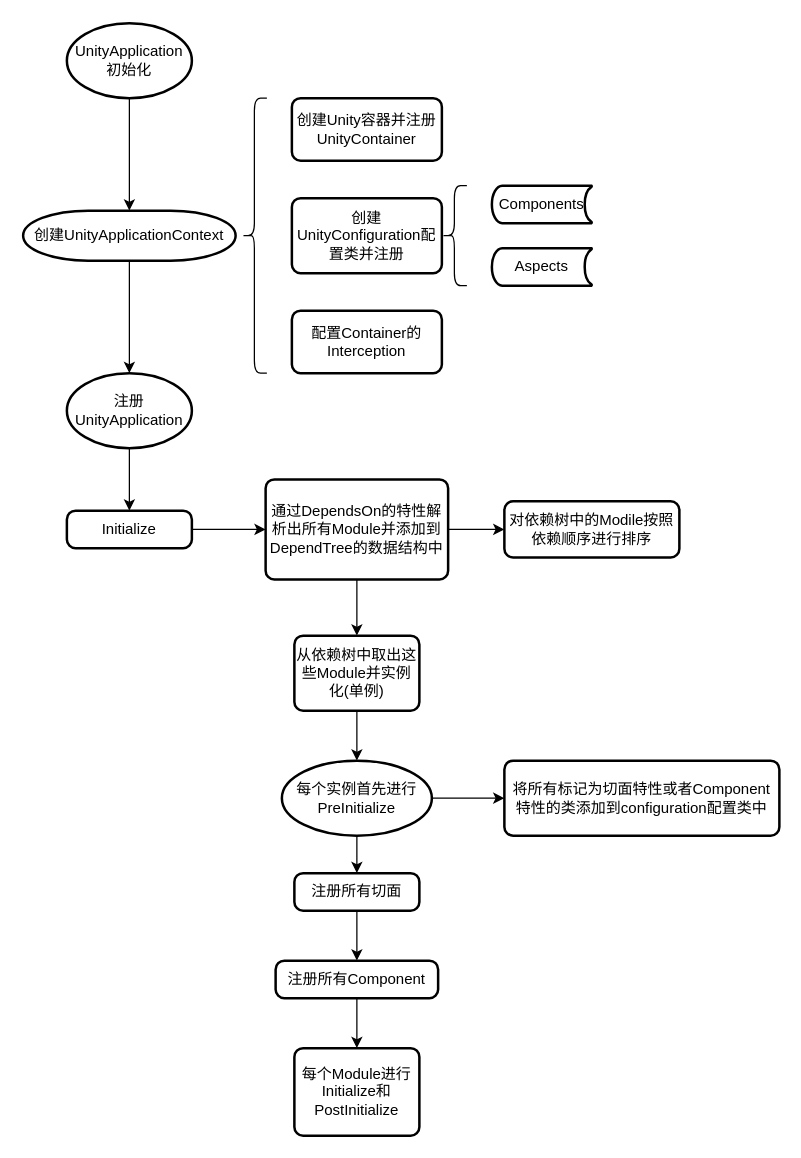
Above: Document/Unity.drawio in JSYY/MyStudy (draw.io), before the change. Source tidied: cells renumbered, new cells numbered last; positions are measured from the earlier drawing's top-left corner, leaving out a move shared by most shapes. Both pictures are drawn from the tidied source at 125%, with x=0, y=0 at pixel (22, 22).
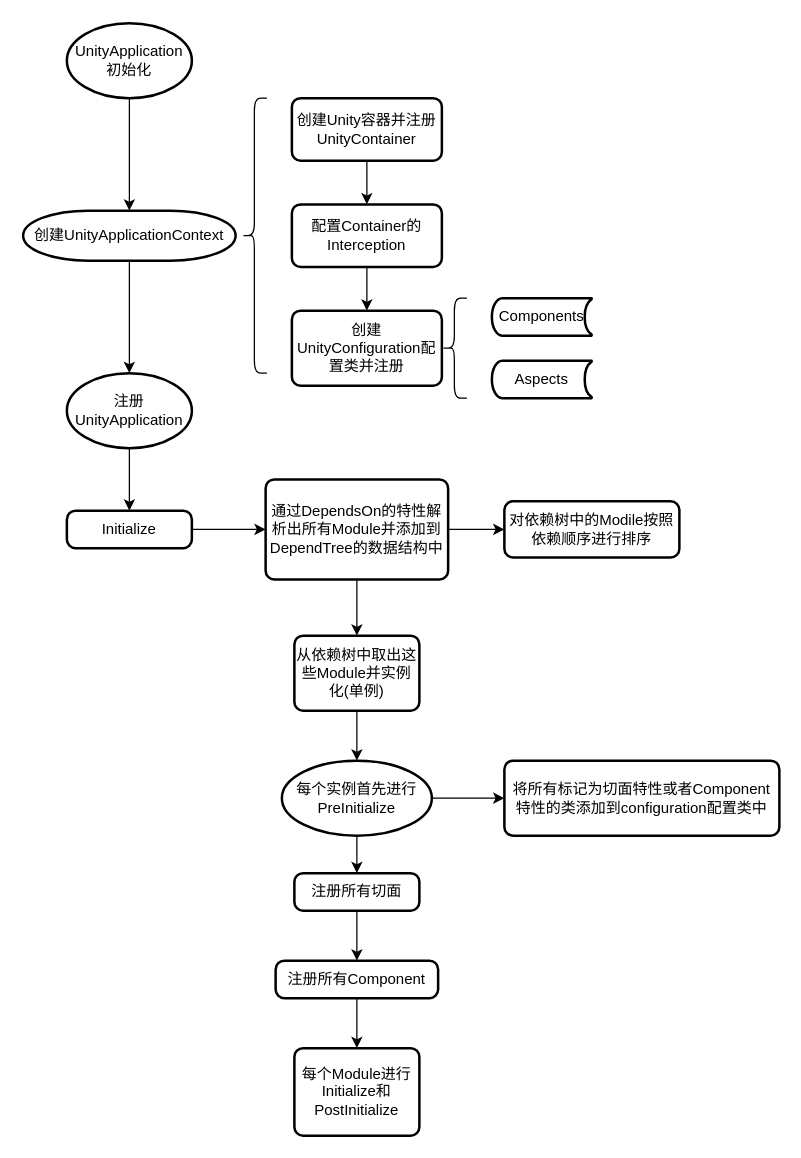
After the change.

Unchanged cells that the change refers to:
```xml
<mxCell id="6" value="创建Unity容器并注册UnityContainer" style="rounded=1;whiteSpace=wrap;html=1;absoluteArcSize=1;arcSize=14;strokeWidth=2;" parent="1" vertex="1">
  <mxGeometry x="215" y="60" width="120" height="50" as="geometry" />
</mxCell>
```

The edit, as a diff of the source:
```diff
@@
+    <mxCell id="32" style="edgeStyle=orthogonalEdgeStyle;rounded=0;jettySize=auto;html=1;entryX=0.5;entryY=0;entryDx=0;entryDy=0;" parent="1" edge="1" source="6" target="11">
+      <mxGeometry relative="1" as="geometry" />
+    </mxCell>
@@
     <mxCell id="7" value="创建UnityConfiguration配置类并注册" style="rounded=1;whiteSpace=wrap;html=1;absoluteArcSize=1;arcSize=14;strokeWidth=2;" parent="1" vertex="1">
-      <mxGeometry x="215" y="140" width="120" height="60" as="geometry" />
+      <mxGeometry x="215" y="230" width="120" height="60" as="geometry" />
     </mxCell>
     <mxCell id="8" style="shape=curlyBracket;whiteSpace=wrap;html=1;rounded=1;labelPosition=left;verticalLabelPosition=middle;align=right;verticalAlign=middle;" parent="1" vertex="1">
-      <mxGeometry x="335" y="130" width="20" height="80" as="geometry" />
+      <mxGeometry x="335" y="220" width="20" height="80" as="geometry" />
     </mxCell>
     <mxCell id="9" value="Components" style="strokeWidth=2;html=1;shape=mxgraph.flowchart.stored_data;whiteSpace=wrap;" parent="1" vertex="1">
-      <mxGeometry x="375" y="130" width="80" height="30" as="geometry" />
+      <mxGeometry x="375" y="220" width="80" height="30" as="geometry" />
     </mxCell>
     <mxCell id="10" value="Aspects" style="strokeWidth=2;html=1;shape=mxgraph.flowchart.stored_data;whiteSpace=wrap;" parent="1" vertex="1">
-      <mxGeometry x="375" y="180" width="80" height="30" as="geometry" />
+      <mxGeometry x="375" y="270" width="80" height="30" as="geometry" />
     </mxCell>
+    <mxCell id="33" style="edgeStyle=orthogonalEdgeStyle;rounded=0;jettySize=auto;html=1;entryX=0.5;entryY=0;entryDx=0;entryDy=0;" parent="1" edge="1" source="11" target="7">
+      <mxGeometry relative="1" as="geometry" />
+    </mxCell>
     <mxCell id="11" value="配置Container的Interception" style="rounded=1;whiteSpace=wrap;html=1;absoluteArcSize=1;arcSize=14;strokeWidth=2;" parent="1" vertex="1">
-      <mxGeometry x="215" y="230" width="120" height="50" as="geometry" />
+      <mxGeometry x="215" y="145" width="120" height="50" as="geometry" />
     </mxCell>
```
